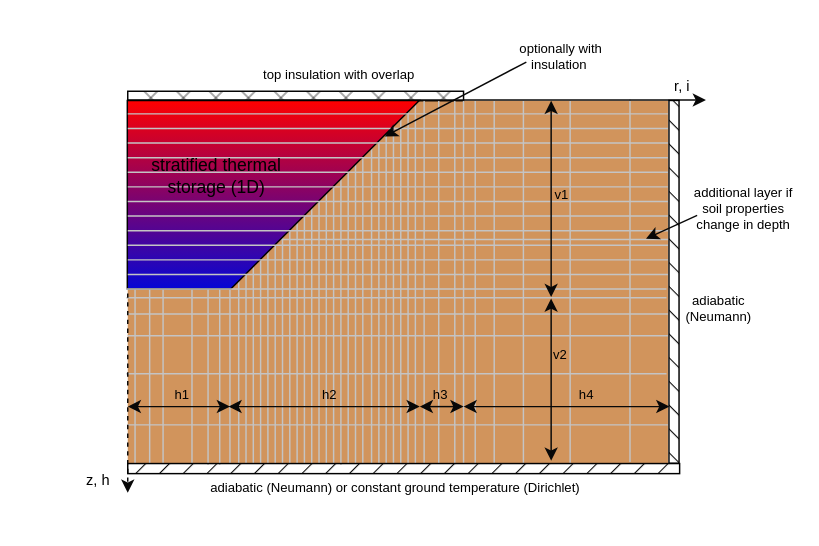
QuaSi-Software/Documentation keeps this draw.io diagram as docs/fig/source_files/260203_STES_ground_coupling_mesh.drawio. Above is the earlier version. Source tidied: cells renumbered, new cells numbered last; positions are measured from the earlier drawing's top-left corner, leaving out a move shared by most shapes. Both pictures are drawn from the tidied source at 146%, with x=0, y=0 at pixel (54, 34).
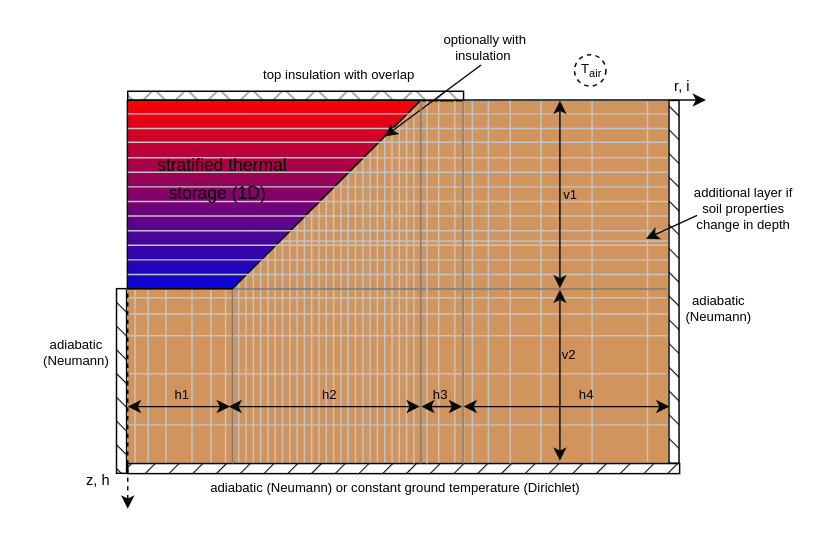
After the change.

Commit message (it also covers changes not shown here):
clarify description of ground model of STES

Unchanged cells that the change refers to:
```xml
<mxCell id="3" style="rounded=0;whiteSpace=wrap;html=1;fillColor=#141414;gradientColor=none;gradientDirection=west;fillStyle=cross-hatch;" parent="1" vertex="1">
  <mxGeometry x="50" y="39" width="230" height="6.5" as="geometry" />
</mxCell>
```

Diff of the diagram source:
```diff
@@
-    <mxCell id="8" style="endArrow=none;html=1;rounded=0;exitX=0;exitY=1;exitDx=0;exitDy=0;entryX=0;entryY=1;entryDx=0;entryDy=0;strokeColor=#C4C4C4;" parent="1" edge="1">
-      <mxGeometry relative="1" as="geometry">
-        <mxPoint x="253" y="294" as="sourcePoint" />
-        <mxPoint x="253" y="45.5" as="targetPoint" />
-      </mxGeometry>
-    </mxCell>
@@
     <mxCell id="12" style="endArrow=none;html=1;rounded=0;exitX=0;exitY=1;exitDx=0;exitDy=0;entryX=0;entryY=1;entryDx=0;entryDy=0;strokeColor=#C4C4C4;" parent="1" edge="1">
       <mxGeometry relative="1" as="geometry">
-        <mxPoint x="288" y="294" as="sourcePoint" />
-        <mxPoint x="288" y="45.5" as="targetPoint" />
+        <mxPoint x="286" y="294" as="sourcePoint" />
+        <mxPoint x="286" y="45.5" as="targetPoint" />
       </mxGeometry>
     </mxCell>
     <mxCell id="13" style="endArrow=none;html=1;rounded=0;exitX=0;exitY=1;exitDx=0;exitDy=0;entryX=0;entryY=1;entryDx=0;entryDy=0;strokeColor=#C4C4C4;" parent="1" edge="1">
       <mxGeometry relative="1" as="geometry">
-        <mxPoint x="301" y="294" as="sourcePoint" />
-        <mxPoint x="301" y="45.5" as="targetPoint" />
+        <mxPoint x="297" y="294" as="sourcePoint" />
+        <mxPoint x="297" y="45.5" as="targetPoint" />
       </mxGeometry>
     </mxCell>
     <mxCell id="14" style="endArrow=none;html=1;rounded=0;exitX=0;exitY=1;exitDx=0;exitDy=0;entryX=0;entryY=1;entryDx=0;entryDy=0;strokeColor=#C4C4C4;" parent="1" edge="1">
       <mxGeometry relative="1" as="geometry">
-        <mxPoint x="321" y="294" as="sourcePoint" />
-        <mxPoint x="321" y="45.5" as="targetPoint" />
+        <mxPoint x="333" y="294" as="sourcePoint" />
+        <mxPoint x="333" y="45.5" as="targetPoint" />
       </mxGeometry>
     </mxCell>
     <mxCell id="15" style="endArrow=none;html=1;rounded=0;exitX=0;exitY=1;exitDx=0;exitDy=0;entryX=0;entryY=1;entryDx=0;entryDy=0;strokeColor=#C4C4C4;" parent="1" edge="1">
       <mxGeometry relative="1" as="geometry">
-        <mxPoint x="353" y="294" as="sourcePoint" />
-        <mxPoint x="353" y="45.5" as="targetPoint" />
+        <mxPoint x="368" y="294" as="sourcePoint" />
+        <mxPoint x="368" y="45.5" as="targetPoint" />
       </mxGeometry>
     </mxCell>
     <mxCell id="16" style="endArrow=none;html=1;rounded=0;exitX=0;exitY=1;exitDx=0;exitDy=0;entryX=0;entryY=1;entryDx=0;entryDy=0;strokeColor=#C4C4C4;" parent="1" edge="1">
       <mxGeometry relative="1" as="geometry">
-        <mxPoint x="394" y="293" as="sourcePoint" />
-        <mxPoint x="394" y="44.5" as="targetPoint" />
+        <mxPoint x="406" y="293" as="sourcePoint" />
+        <mxPoint x="406" y="44.5" as="targetPoint" />
       </mxGeometry>
     </mxCell>
@@
     <mxCell id="18" style="endArrow=none;html=1;rounded=0;exitX=0;exitY=1;exitDx=0;exitDy=0;entryX=0;entryY=1;entryDx=0;entryDy=0;strokeColor=#C4C4C4;" parent="1" edge="1">
       <mxGeometry relative="1" as="geometry">
-        <mxPoint x="74.2" y="294" as="sourcePoint" />
-        <mxPoint x="74.2" y="45.5" as="targetPoint" />
+        <mxPoint x="76.2" y="294" as="sourcePoint" />
+        <mxPoint x="76.2" y="45.5" as="targetPoint" />
       </mxGeometry>
     </mxCell>
     <mxCell id="19" style="endArrow=none;html=1;rounded=0;exitX=0;exitY=1;exitDx=0;exitDy=0;entryX=0;entryY=1;entryDx=0;entryDy=0;strokeColor=#C4C4C4;" parent="1" edge="1">
       <mxGeometry relative="1" as="geometry">
-        <mxPoint x="65" y="294" as="sourcePoint" />
-        <mxPoint x="65" y="45.5" as="targetPoint" />
+        <mxPoint x="64" y="294" as="sourcePoint" />
+        <mxPoint x="64" y="45.5" as="targetPoint" />
       </mxGeometry>
     </mxCell>
@@
     <mxCell id="21" style="endArrow=none;html=1;rounded=0;exitX=0;exitY=1;exitDx=0;exitDy=0;entryX=0;entryY=1;entryDx=0;entryDy=0;strokeColor=#C4C4C4;" parent="1" edge="1">
       <mxGeometry relative="1" as="geometry">
-        <mxPoint x="105" y="295" as="sourcePoint" />
-        <mxPoint x="105" y="46.5" as="targetPoint" />
+        <mxPoint x="107" y="295" as="sourcePoint" />
+        <mxPoint x="107" y="46.5" as="targetPoint" />
       </mxGeometry>
     </mxCell>
     <mxCell id="22" style="endArrow=none;html=1;rounded=0;exitX=0;exitY=1;exitDx=0;exitDy=0;entryX=0;entryY=1;entryDx=0;entryDy=0;strokeColor=#C4C4C4;" parent="1" edge="1">
       <mxGeometry relative="1" as="geometry">
-        <mxPoint x="113" y="295" as="sourcePoint" />
-        <mxPoint x="113" y="46.5" as="targetPoint" />
+        <mxPoint x="117" y="295" as="sourcePoint" />
+        <mxPoint x="117" y="46.5" as="targetPoint" />
       </mxGeometry>
     </mxCell>
-    <mxCell id="23" style="endArrow=none;html=1;rounded=0;exitX=0;exitY=1;exitDx=0;exitDy=0;entryX=0;entryY=1;entryDx=0;entryDy=0;strokeColor=#C4C4C4;" parent="1" edge="1">
-      <mxGeometry relative="1" as="geometry">
-        <mxPoint x="120" y="294" as="sourcePoint" />
-        <mxPoint x="120" y="45.5" as="targetPoint" />
-      </mxGeometry>
-    </mxCell>
@@
     <mxCell id="42" style="endArrow=none;html=1;rounded=0;exitX=0;exitY=1;exitDx=0;exitDy=0;entryX=0;entryY=1;entryDx=0;entryDy=0;strokeColor=#C4C4C4;" parent="1" edge="1">
       <mxGeometry relative="1" as="geometry">
-        <mxPoint x="222" y="294" as="sourcePoint" />
-        <mxPoint x="222" y="45.5" as="targetPoint" />
+        <mxPoint x="221" y="294" as="sourcePoint" />
+        <mxPoint x="221" y="45.5" as="targetPoint" />
       </mxGeometry>
     </mxCell>
     <mxCell id="43" style="endArrow=none;html=1;rounded=0;exitX=0;exitY=1;exitDx=0;exitDy=0;entryX=0;entryY=1;entryDx=0;entryDy=0;strokeColor=#C4C4C4;" parent="1" edge="1">
       <mxGeometry relative="1" as="geometry">
-        <mxPoint x="217" y="294" as="sourcePoint" />
-        <mxPoint x="217" y="45.5" as="targetPoint" />
+        <mxPoint x="216" y="294" as="sourcePoint" />
+        <mxPoint x="216" y="45.5" as="targetPoint" />
       </mxGeometry>
     </mxCell>
     <mxCell id="44" style="endArrow=none;html=1;rounded=0;exitX=0;exitY=1;exitDx=0;exitDy=0;entryX=0;entryY=1;entryDx=0;entryDy=0;strokeColor=#C4C4C4;" parent="1" edge="1">
       <mxGeometry relative="1" as="geometry">
-        <mxPoint x="227" y="294" as="sourcePoint" />
-        <mxPoint x="227" y="45.5" as="targetPoint" />
+        <mxPoint x="226" y="294" as="sourcePoint" />
+        <mxPoint x="226" y="45.5" as="targetPoint" />
       </mxGeometry>
     </mxCell>
     <mxCell id="45" style="endArrow=none;html=1;rounded=0;exitX=0;exitY=1;exitDx=0;exitDy=0;entryX=0;entryY=1;entryDx=0;entryDy=0;strokeColor=#C4C4C4;" parent="1" edge="1">
       <mxGeometry relative="1" as="geometry">
-        <mxPoint x="232" y="294" as="sourcePoint" />
-        <mxPoint x="232" y="45.5" as="targetPoint" />
+        <mxPoint x="231" y="294" as="sourcePoint" />
+        <mxPoint x="231" y="45.5" as="targetPoint" />
       </mxGeometry>
     </mxCell>
     <mxCell id="46" style="endArrow=none;html=1;rounded=0;exitX=0;exitY=1;exitDx=0;exitDy=0;entryX=0;entryY=1;entryDx=0;entryDy=0;strokeColor=#C4C4C4;" parent="1" edge="1">
       <mxGeometry relative="1" as="geometry">
-        <mxPoint x="237" y="294" as="sourcePoint" />
-        <mxPoint x="237" y="45.5" as="targetPoint" />
+        <mxPoint x="236" y="294" as="sourcePoint" />
+        <mxPoint x="236" y="45.5" as="targetPoint" />
       </mxGeometry>
     </mxCell>
-    <mxCell id="47" style="endArrow=none;html=1;rounded=0;exitX=0;exitY=1;exitDx=0;exitDy=0;entryX=0;entryY=1;entryDx=0;entryDy=0;strokeColor=#C4C4C4;" parent="1" edge="1">
-      <mxGeometry relative="1" as="geometry">
-        <mxPoint x="247" y="294" as="sourcePoint" />
-        <mxPoint x="247" y="45.5" as="targetPoint" />
-      </mxGeometry>
-    </mxCell>
     <mxCell id="48" style="endArrow=none;html=1;rounded=0;exitX=0;exitY=1;exitDx=0;exitDy=0;entryX=0;entryY=1;entryDx=0;entryDy=0;strokeColor=#C4C4C4;" parent="1" edge="1">
       <mxGeometry relative="1" as="geometry">
-        <mxPoint x="242" y="294" as="sourcePoint" />
-        <mxPoint x="242" y="45.5" as="targetPoint" />
+        <mxPoint x="241" y="294" as="sourcePoint" />
+        <mxPoint x="241" y="45.5" as="targetPoint" />
       </mxGeometry>
     </mxCell>
@@
     <mxCell id="52" style="endArrow=classic;html=1;rounded=0;strokeColor=#080808;exitX=0;exitY=1;exitDx=0;exitDy=0;dashed=1;" parent="1" edge="1" source="3">
       <mxGeometry relative="1" as="geometry">
-        <mxPoint x="50" y="314" as="targetPoint" />
+        <mxPoint x="50" y="325" as="targetPoint" />
       </mxGeometry>
     </mxCell>
@@
-    <mxCell id="58" style="endArrow=none;html=1;rounded=0;exitX=0;exitY=1;exitDx=0;exitDy=0;entryX=1;entryY=0;entryDx=0;entryDy=0;strokeColor=#C4C4C4;" parent="1" edge="1">
-      <mxGeometry relative="1" as="geometry">
-        <mxPoint x="50" y="140.5" as="sourcePoint" />
-        <mxPoint x="420" y="140.5" as="targetPoint" />
-      </mxGeometry>
-    </mxCell>
@@
     <mxCell id="61" style="endArrow=classic;startArrow=classic;html=1;rounded=0;strokeColor=#080808;fontSize=10;" parent="1" edge="1">
       <mxGeometry relative="1" as="geometry">
-        <mxPoint x="340" y="292" as="sourcePoint" />
-        <mxPoint x="340" y="181" as="targetPoint" />
+        <mxPoint x="346" y="292" as="sourcePoint" />
+        <mxPoint x="346" y="175" as="targetPoint" />
       </mxGeometry>
     </mxCell>
@@
-    <mxCell id="63" style="endArrow=classic;startArrow=classic;html=1;rounded=0;strokeColor=#080808;fontSize=10;" parent="1" edge="1">
-      <mxGeometry relative="1" as="geometry">
-        <mxPoint x="250" y="255" as="sourcePoint" />
-        <mxPoint x="119" y="255" as="targetPoint" />
-      </mxGeometry>
-    </mxCell>
-    <mxCell id="64" style="endArrow=classic;startArrow=classic;html=1;rounded=0;strokeColor=#080808;fontSize=10;" parent="1" edge="1">
-      <mxGeometry relative="1" as="geometry">
-        <mxPoint x="421" y="255" as="sourcePoint" />
-        <mxPoint x="280" y="255" as="targetPoint" />
-      </mxGeometry>
-    </mxCell>
-    <mxCell id="65" style="endArrow=classic;startArrow=classic;html=1;rounded=0;strokeColor=#080808;fontSize=10;" parent="1" edge="1">
-      <mxGeometry relative="1" as="geometry">
-        <mxPoint x="280" y="255" as="sourcePoint" />
-        <mxPoint x="250" y="255" as="targetPoint" />
-      </mxGeometry>
-    </mxCell>
-    <mxCell id="66" value="v1" style="text;html=1;strokeColor=none;fillColor=none;align=center;verticalAlign=middle;whiteSpace=wrap;rounded=0;fillStyle=hatch;fontSize=9;" parent="1" vertex="1">
-      <mxGeometry x="339" y="102" width="17" height="16.5" as="geometry" />
-    </mxCell>
     <mxCell id="67" value="v2" style="text;html=1;strokeColor=none;fillColor=none;align=center;verticalAlign=middle;whiteSpace=wrap;rounded=0;fillStyle=hatch;fontSize=9;" parent="1" vertex="1">
-      <mxGeometry x="338" y="212" width="17" height="16.5" as="geometry" />
+      <mxGeometry x="344" y="212" width="17" height="16.5" as="geometry" />
     </mxCell>
@@
+    <mxCell id="90" value="optionally with insulation&amp;nbsp;" style="text;html=1;strokeColor=none;fillColor=none;align=center;verticalAlign=middle;whiteSpace=wrap;rounded=0;fillStyle=hatch;fontSize=9;" parent="1" vertex="1">
+      <mxGeometry x="260" y="-6" width="70" height="30" as="geometry" />
+    </mxCell>
+    <mxCell id="91" style="rounded=0;whiteSpace=wrap;html=1;fillColor=#080808;gradientColor=none;gradientDirection=west;fillStyle=hatch;rotation=90;" parent="1" vertex="1">
+      <mxGeometry x="-17.5" y="234" width="126.5" height="6.9" as="geometry" />
+    </mxCell>
+    <mxCell id="92" value="adiabatic (Neumann)" style="text;html=1;strokeColor=none;fillColor=none;align=center;verticalAlign=middle;whiteSpace=wrap;rounded=0;fillStyle=hatch;fontSize=9;" parent="1" vertex="1">
+      <mxGeometry x="-20" y="202.9" width="70" height="30" as="geometry" />
+    </mxCell>
+    <mxCell id="93" style="ellipse;whiteSpace=wrap;html=1;dashed=1;" parent="1" vertex="1">
+      <mxGeometry x="356" y="14" width="21.5" height="21.5" as="geometry" />
+    </mxCell>
+    <mxCell id="94" value="&lt;span style=&quot;color: rgb(0, 0, 0); font-family: Helvetica; font-size: 9px; font-style: normal; font-variant-ligatures: normal; font-variant-caps: normal; font-weight: 400; letter-spacing: normal; orphans: 2; text-align: center; text-indent: 0px; text-transform: none; widows: 2; word-spacing: 0px; -webkit-text-stroke-width: 0px; text-decoration-thickness: initial; text-decoration-style: initial; text-decoration-color: initial; float: none; display: inline !important;&quot;&gt;T&lt;/span&gt;&lt;sub style=&quot;color: rgb(0, 0, 0); font-family: Helvetica; font-style: normal; font-variant-ligatures: normal; font-variant-caps: normal; font-weight: 400; letter-spacing: normal; orphans: 2; text-align: center; text-indent: 0px; text-transform: none; widows: 2; word-spacing: 0px; -webkit-text-stroke-width: 0px; text-decoration-thickness: initial; text-decoration-style: initial; text-decoration-color: initial;&quot;&gt;air&lt;/sub&gt;" style="text;whiteSpace=wrap;html=1;fontSize=9;" parent="1" vertex="1">
+      <mxGeometry x="358.5" y="11.8" width="20" height="20" as="geometry" />
+    </mxCell>
+    <mxCell id="95" style="endArrow=none;html=1;rounded=0;exitX=0;exitY=1;exitDx=0;exitDy=0;entryX=0;entryY=1;entryDx=0;entryDy=0;strokeColor=#7D7D7D;" parent="1" edge="1">
+      <mxGeometry relative="1" as="geometry">
+        <mxPoint x="121.7" y="294" as="sourcePoint" />
+        <mxPoint x="121.7" y="45.5" as="targetPoint" />
+      </mxGeometry>
+    </mxCell>
+    <mxCell id="96" style="endArrow=none;html=1;rounded=0;exitX=0;exitY=1;exitDx=0;exitDy=0;strokeColor=#C4C4C4;" parent="1" edge="1">
+      <mxGeometry relative="1" as="geometry">
+        <mxPoint x="246" y="294" as="sourcePoint" />
+        <mxPoint x="246" y="48" as="targetPoint" />
+      </mxGeometry>
+    </mxCell>
+    <mxCell id="97" style="endArrow=none;html=1;rounded=0;exitX=0;exitY=1;exitDx=0;exitDy=0;entryX=0;entryY=1;entryDx=0;entryDy=0;strokeColor=#C4C4C4;" parent="1" edge="1">
+      <mxGeometry relative="1" as="geometry">
+        <mxPoint x="312" y="294" as="sourcePoint" />
+        <mxPoint x="312" y="45.5" as="targetPoint" />
+      </mxGeometry>
+    </mxCell>
+    <mxCell id="85" style="endArrow=none;html=1;rounded=0;exitX=0;exitY=1;exitDx=0;exitDy=0;entryX=1;entryY=0;entryDx=0;entryDy=0;strokeColor=#7D7D7D;" parent="1" edge="1">
+      <mxGeometry relative="1" as="geometry">
+        <mxPoint x="49" y="174.5" as="sourcePoint" />
+        <mxPoint x="419" y="174.5" as="targetPoint" />
+      </mxGeometry>
+    </mxCell>
+    <mxCell id="63" style="endArrow=classic;startArrow=classic;html=1;rounded=0;strokeColor=#080808;fontSize=10;" parent="1" edge="1">
+      <mxGeometry relative="1" as="geometry">
+        <mxPoint x="250" y="255" as="sourcePoint" />
+        <mxPoint x="119" y="255" as="targetPoint" />
+      </mxGeometry>
+    </mxCell>
+    <mxCell id="98" style="endArrow=none;html=1;rounded=0;exitX=0;exitY=1;exitDx=0;exitDy=0;entryX=0;entryY=1;entryDx=0;entryDy=0;strokeColor=#C4C4C4;" parent="1" edge="1">
+      <mxGeometry relative="1" as="geometry">
+        <mxPoint x="255" y="294" as="sourcePoint" />
+        <mxPoint x="255" y="45.5" as="targetPoint" />
+      </mxGeometry>
+    </mxCell>
+    <mxCell id="58" style="endArrow=none;html=1;rounded=0;exitX=0;exitY=1;exitDx=0;exitDy=0;entryX=1;entryY=0;entryDx=0;entryDy=0;strokeColor=#C4C4C4;" parent="1" edge="1">
+      <mxGeometry relative="1" as="geometry">
+        <mxPoint x="50" y="141.5" as="sourcePoint" />
+        <mxPoint x="420" y="141.5" as="targetPoint" />
+      </mxGeometry>
+    </mxCell>
-    <mxCell id="72" style="shape=card;whiteSpace=wrap;html=1;rotation=-90;size=135;flipH=0;flipV=1;gradientColor=#0606D4;gradientDirection=west;fillColor=#FF0000;" parent="1" vertex="1">
-      <mxGeometry x="85.2" y="9.8" width="129" height="200" as="geometry" />
+    <mxCell id="72" style="shape=card;whiteSpace=wrap;html=1;rotation=-90;size=169;flipH=0;flipV=1;gradientColor=#0606D4;gradientDirection=west;fillColor=#FF0000;" parent="1" vertex="1">
+      <mxGeometry x="85.7" y="9.3" width="129" height="200.9" as="geometry" />
     </mxCell>
+    <mxCell id="66" value="v1" style="text;html=1;strokeColor=none;fillColor=none;align=center;verticalAlign=middle;whiteSpace=wrap;rounded=0;fillStyle=hatch;fontSize=9;" parent="1" vertex="1">
+      <mxGeometry x="345" y="102" width="17" height="16.5" as="geometry" />
+    </mxCell>
@@
     <mxCell id="75" style="endArrow=none;html=1;rounded=0;exitX=0;exitY=1;exitDx=0;exitDy=0;entryX=1;entryY=0;entryDx=0;entryDy=0;strokeColor=#C4C4C4;" parent="1" edge="1">
       <mxGeometry relative="1" as="geometry">
-        <mxPoint x="50" y="74.5" as="sourcePoint" />
-        <mxPoint x="420" y="74.5" as="targetPoint" />
+        <mxPoint x="50" y="74" as="sourcePoint" />
+        <mxPoint x="420" y="74" as="targetPoint" />
       </mxGeometry>
     </mxCell>
@@
-    <mxCell id="85" style="endArrow=none;html=1;rounded=0;exitX=0;exitY=1;exitDx=0;exitDy=0;entryX=1;entryY=0;entryDx=0;entryDy=0;strokeColor=#C4C4C4;" parent="1" edge="1">
-      <mxGeometry relative="1" as="geometry">
-        <mxPoint x="49" y="174.5" as="sourcePoint" />
-        <mxPoint x="419" y="174.5" as="targetPoint" />
-      </mxGeometry>
-    </mxCell>
-    <mxCell id="86" value="stratified thermal storage (1D)" style="text;html=1;strokeColor=none;fillColor=none;align=center;verticalAlign=middle;whiteSpace=wrap;rounded=0;fillStyle=cross-hatch;" parent="1" vertex="1">
-      <mxGeometry x="56" y="82" width="110" height="30" as="geometry" />
+    <mxCell id="86" value="stratified thermal&lt;br&gt;" style="text;html=1;strokeColor=none;fillColor=none;align=center;verticalAlign=middle;whiteSpace=wrap;rounded=0;fillStyle=cross-hatch;" parent="1" vertex="1">
+      <mxGeometry x="60" y="75" width="110" height="30" as="geometry" />
     </mxCell>
+    <mxCell id="99" value="&lt;span style=&quot;color: rgb(0, 0, 0); font-family: Helvetica; font-size: 12px; font-style: normal; font-variant-ligatures: normal; font-variant-caps: normal; font-weight: 400; letter-spacing: normal; orphans: 2; text-align: center; text-indent: 0px; text-transform: none; widows: 2; word-spacing: 0px; -webkit-text-stroke-width: 0px; text-decoration-thickness: initial; text-decoration-style: initial; text-decoration-color: initial; float: none; display: inline !important;&quot;&gt;&amp;nbsp;storage (1D)&lt;/span&gt;" style="text;whiteSpace=wrap;html=1;fontSize=3;" parent="1" vertex="1">
+      <mxGeometry x="73" y="95" width="100" height="40" as="geometry" />
+    </mxCell>
+    <mxCell id="89" style="endArrow=classic;html=1;rounded=0;strokeColor=#080808;" parent="1" edge="1">
+      <mxGeometry relative="1" as="geometry">
+        <mxPoint x="292" y="21" as="sourcePoint" />
+        <mxPoint x="226" y="70" as="targetPoint" />
+      </mxGeometry>
+    </mxCell>
     <mxCell id="87" style="endArrow=classic;startArrow=classic;html=1;rounded=0;strokeColor=#080808;fontSize=10;" parent="1" edge="1">
       <mxGeometry relative="1" as="geometry">
-        <mxPoint x="340" y="180" as="sourcePoint" />
-        <mxPoint x="340" y="45.5" as="targetPoint" />
+        <mxPoint x="346" y="174" as="sourcePoint" />
+        <mxPoint x="346" y="45.5" as="targetPoint" />
       </mxGeometry>
     </mxCell>
@@
-    <mxCell id="89" style="endArrow=classic;html=1;rounded=0;strokeColor=#080808;" parent="1" edge="1">
-      <mxGeometry relative="1" as="geometry">
-        <mxPoint x="323" y="19" as="sourcePoint" />
-        <mxPoint x="226" y="70" as="targetPoint" />
-      </mxGeometry>
-    </mxCell>
-    <mxCell id="90" value="optionally with insulation&amp;nbsp;" style="text;html=1;strokeColor=none;fillColor=none;align=center;verticalAlign=middle;whiteSpace=wrap;rounded=0;fillStyle=hatch;fontSize=9;" parent="1" vertex="1">
-      <mxGeometry x="312" width="70" height="30" as="geometry" />
-    </mxCell>
+    <mxCell id="100" style="endArrow=none;html=1;rounded=0;exitX=0;exitY=1;exitDx=0;exitDy=0;entryX=0;entryY=1;entryDx=0;entryDy=0;strokeColor=#7D7D7D;" parent="1" edge="1">
+      <mxGeometry relative="1" as="geometry">
+        <mxPoint x="250.7" y="294" as="sourcePoint" />
+        <mxPoint x="250.7" y="45.5" as="targetPoint" />
+      </mxGeometry>
+    </mxCell>
+    <mxCell id="101" style="endArrow=none;html=1;rounded=0;exitX=0;exitY=1;exitDx=0;exitDy=0;entryX=0;entryY=1;entryDx=0;entryDy=0;strokeColor=#7D7D7D;" parent="1" edge="1">
+      <mxGeometry relative="1" as="geometry">
+        <mxPoint x="279.7" y="294" as="sourcePoint" />
+        <mxPoint x="279.7" y="45.5" as="targetPoint" />
+      </mxGeometry>
+    </mxCell>
+    <mxCell id="65" style="endArrow=classic;startArrow=classic;html=1;rounded=0;strokeColor=#080808;fontSize=10;" parent="1" edge="1">
+      <mxGeometry relative="1" as="geometry">
+        <mxPoint x="279" y="255" as="sourcePoint" />
+        <mxPoint x="251" y="255" as="targetPoint" />
+      </mxGeometry>
+    </mxCell>
+    <mxCell id="64" style="endArrow=classic;startArrow=classic;html=1;rounded=0;strokeColor=#080808;fontSize=10;" parent="1" edge="1">
+      <mxGeometry relative="1" as="geometry">
+        <mxPoint x="421" y="255" as="sourcePoint" />
+        <mxPoint x="280" y="255" as="targetPoint" />
+      </mxGeometry>
+    </mxCell>
```
